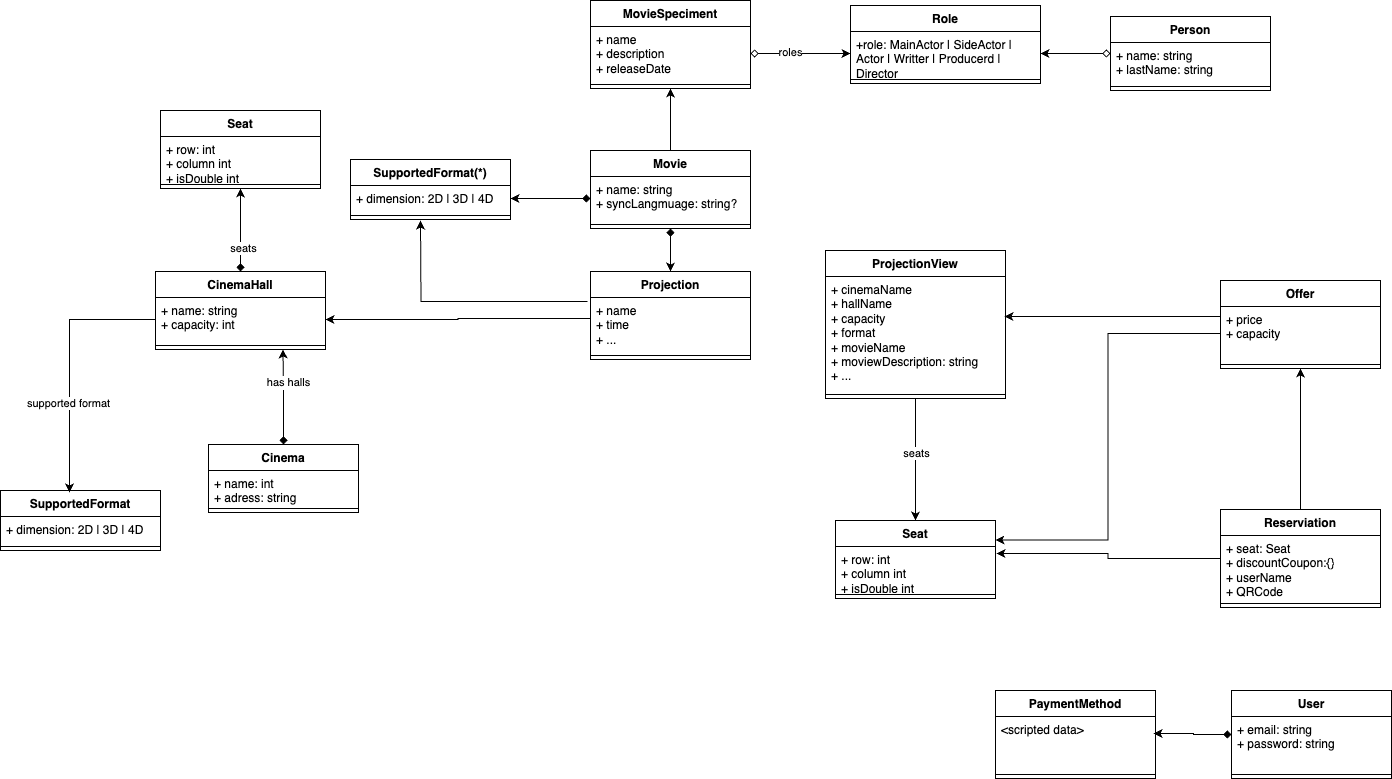
Earlier version of the draw.io export rough_domain_model.drawio.png (jtomasevic/cinema). Source tidied: cells renumbered, new cells last; positions are measured from the earlier drawing's top-left corner, leaving out a move shared by most shapes.
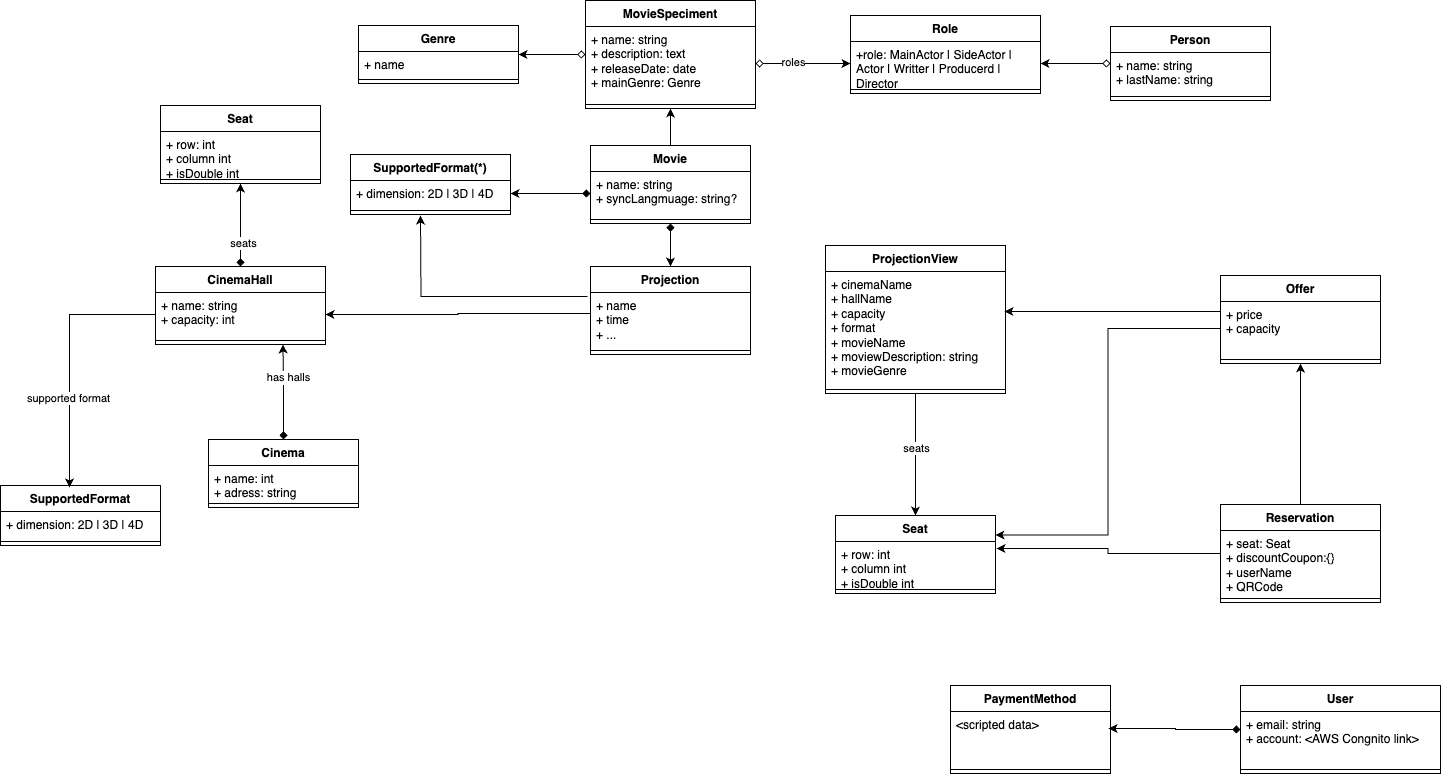
After the change.

What changed in the source:
```diff
@@ -26,14 +26,17 @@
     <mxCell id="9" value="has halls" style="edgeLabel;html=1;align=center;verticalAlign=middle;" parent="7" vertex="1">
       <mxGeometry x="0.32" y="-5" relative="1" as="geometry" />
     </mxCell>
+    <mxCell id="72" style="edgeStyle=orthogonalEdgeStyle;rounded=0;jettySize=auto;html=1;startArrow=diamond;startFill=0;" parent="1" edge="1" source="10" target="73">
+      <mxGeometry relative="1" as="geometry" />
+    </mxCell>
     <mxCell id="10" value="MovieSpeciment" style="swimlane;fontStyle=1;align=center;verticalAlign=top;horizontal=1;startSize=26;whiteSpace=wrap;html=1;" parent="1" vertex="1">
-      <mxGeometry x="590" width="160" height="88" as="geometry" />
+      <mxGeometry x="585" y="5" width="170" height="108" as="geometry" />
     </mxCell>
-    <mxCell id="11" value="+ name&lt;br&gt;+ description&lt;br&gt;+ releaseDate" style="text;strokeColor=none;fillColor=none;align=left;verticalAlign=top;spacingLeft=4;spacingRight=4;overflow=hidden;points=[[0,0.5],[1,0.5]];portConstraint=eastwest;whiteSpace=wrap;html=1;" parent="10" vertex="1">
-      <mxGeometry y="26" width="160" height="54" as="geometry" />
+    <mxCell id="11" value="+ name: string&lt;br&gt;+ description: text&amp;nbsp;&lt;br&gt;+ releaseDate: date&lt;br&gt;+ mainGenre: Genre" style="text;strokeColor=none;fillColor=none;align=left;verticalAlign=top;spacingLeft=4;spacingRight=4;overflow=hidden;points=[[0,0.5],[1,0.5]];portConstraint=eastwest;whiteSpace=wrap;html=1;" parent="10" vertex="1">
+      <mxGeometry y="26" width="170" height="74" as="geometry" />
     </mxCell>
     <mxCell id="12" style="line;strokeWidth=1;fillColor=none;align=left;verticalAlign=middle;spacingTop=-1;spacingLeft=3;spacingRight=3;labelPosition=right;strokeColor=inherit;" parent="10" vertex="1">
-      <mxGeometry y="80" width="160" height="8" as="geometry" />
+      <mxGeometry y="100" width="170" height="8" as="geometry" />
     </mxCell>
     <mxCell id="13" style="edgeStyle=orthogonalEdgeStyle;rounded=0;jettySize=auto;html=1;exitX=0;exitY=0.389;exitDx=0;exitDy=0;exitPerimeter=0;" parent="1" edge="1" source="16" target="5">
       <mxGeometry relative="1" as="geometry" />
@@ -70,7 +73,7 @@
     <mxCell id="23" style="edgeStyle=orthogonalEdgeStyle;rounded=0;jettySize=auto;html=1;entryX=0.5;entryY=1;entryDx=0;entryDy=0;" parent="1" edge="1" source="24" target="20">
       <mxGeometry relative="1" as="geometry" />
     </mxCell>
-    <mxCell id="24" value="Reserviation" style="swimlane;fontStyle=1;align=center;verticalAlign=top;horizontal=1;startSize=26;whiteSpace=wrap;html=1;" parent="1" vertex="1">
+    <mxCell id="24" value="Reservation" style="swimlane;fontStyle=1;align=center;verticalAlign=top;horizontal=1;startSize=26;whiteSpace=wrap;html=1;" parent="1" vertex="1">
       <mxGeometry x="1220" y="509" width="160" height="98" as="geometry" />
     </mxCell>
     <mxCell id="25" value="+ seat: Seat&lt;br&gt;+ discountCoupon:{}&lt;br&gt;+ userName&lt;br&gt;+ QRCode" style="text;strokeColor=none;fillColor=none;align=left;verticalAlign=top;spacingLeft=4;spacingRight=4;overflow=hidden;whiteSpace=wrap;html=1;" parent="24" vertex="1">
@@ -90,7 +93,7 @@
     <mxCell id="29" value="ProjectionView&lt;br&gt;" style="swimlane;fontStyle=1;align=center;verticalAlign=top;horizontal=1;startSize=26;whiteSpace=wrap;html=1;" parent="1" vertex="1">
       <mxGeometry x="825" y="250" width="180" height="148" as="geometry" />
     </mxCell>
-    <mxCell id="30" value="+ cinemaName&lt;br&gt;+ hallName&lt;br&gt;+ capacity&lt;br&gt;+ format&lt;br&gt;+ movieName&lt;br&gt;+ moviewDescription: string&lt;br&gt;+ ..." style="text;strokeColor=none;fillColor=none;align=left;verticalAlign=top;spacingLeft=4;spacingRight=4;overflow=hidden;points=[[0,0.5],[1,0.5]];portConstraint=eastwest;whiteSpace=wrap;html=1;" parent="29" vertex="1">
+    <mxCell id="30" value="+ cinemaName&lt;br&gt;+ hallName&lt;br&gt;+ capacity&lt;br&gt;+ format&lt;br&gt;+ movieName&lt;br&gt;+ moviewDescription: string&lt;br&gt;+ movieGenre" style="text;strokeColor=none;fillColor=none;align=left;verticalAlign=top;spacingLeft=4;spacingRight=4;overflow=hidden;points=[[0,0.5],[1,0.5]];portConstraint=eastwest;whiteSpace=wrap;html=1;" parent="29" vertex="1">
       <mxGeometry y="26" width="180" height="114" as="geometry" />
     </mxCell>
     <mxCell id="31" style="line;strokeWidth=1;fillColor=none;align=left;verticalAlign=middle;spacingTop=-1;spacingLeft=3;spacingRight=3;labelPosition=right;strokeColor=inherit;" parent="29" vertex="1">
@@ -154,7 +157,7 @@
       <mxGeometry relative="1" as="geometry" />
     </mxCell>
     <mxCell id="51" value="Person" style="swimlane;fontStyle=1;align=center;verticalAlign=top;horizontal=1;startSize=26;whiteSpace=wrap;html=1;" parent="1" vertex="1">
-      <mxGeometry x="1110" y="16" width="160" height="74" as="geometry" />
+      <mxGeometry x="1110" y="31" width="160" height="74" as="geometry" />
     </mxCell>
     <mxCell id="52" value="+ name: string&lt;br&gt;+ lastName: string" style="text;strokeColor=none;fillColor=none;align=left;verticalAlign=top;spacingLeft=4;spacingRight=4;overflow=hidden;whiteSpace=wrap;html=1;" parent="51" vertex="1">
       <mxGeometry y="26" width="160" height="40" as="geometry" />
@@ -163,7 +166,7 @@
       <mxGeometry y="66" width="160" height="8" as="geometry" />
     </mxCell>
     <mxCell id="54" value="Role" style="swimlane;fontStyle=1;align=center;verticalAlign=top;horizontal=1;startSize=26;whiteSpace=wrap;html=1;" parent="1" vertex="1">
-      <mxGeometry x="850" y="5" width="190" height="78" as="geometry" />
+      <mxGeometry x="850" y="20" width="190" height="78" as="geometry" />
     </mxCell>
     <mxCell id="55" value="+role: MainActor | SideActor | Actor | Writter | Producerd | Director" style="text;strokeColor=none;fillColor=none;align=left;verticalAlign=top;spacingLeft=4;spacingRight=4;overflow=hidden;points=[[0,0.5],[1,0.5]];portConstraint=eastwest;whiteSpace=wrap;html=1;" parent="54" vertex="1">
       <mxGeometry y="26" width="190" height="44" as="geometry" />
@@ -196,16 +199,16 @@
       <mxGeometry relative="1" as="geometry" />
     </mxCell>
     <mxCell id="65" value="User" style="swimlane;fontStyle=1;align=center;verticalAlign=top;horizontal=1;startSize=26;whiteSpace=wrap;html=1;" parent="1" vertex="1">
-      <mxGeometry x="1231" y="690" width="160" height="88" as="geometry" />
+      <mxGeometry x="1240" y="690" width="200" height="88" as="geometry" />
     </mxCell>
-    <mxCell id="66" value="+ email: string&lt;br&gt;+ password: string" style="text;strokeColor=none;fillColor=none;align=left;verticalAlign=top;spacingLeft=4;spacingRight=4;overflow=hidden;whiteSpace=wrap;html=1;" parent="65" vertex="1">
-      <mxGeometry y="26" width="160" height="54" as="geometry" />
+    <mxCell id="66" value="+ email: string&lt;br&gt;+ account: &amp;lt;AWS Congnito link&amp;gt;" style="text;strokeColor=none;fillColor=none;align=left;verticalAlign=top;spacingLeft=4;spacingRight=4;overflow=hidden;whiteSpace=wrap;html=1;" parent="65" vertex="1">
+      <mxGeometry y="26" width="200" height="54" as="geometry" />
     </mxCell>
     <mxCell id="67" style="line;strokeWidth=1;fillColor=none;align=left;verticalAlign=middle;spacingTop=-1;spacingLeft=3;spacingRight=3;labelPosition=right;strokeColor=inherit;" parent="65" vertex="1">
-      <mxGeometry y="80" width="160" height="8" as="geometry" />
+      <mxGeometry y="80" width="200" height="8" as="geometry" />
     </mxCell>
     <mxCell id="68" value="PaymentMethod" style="swimlane;fontStyle=1;align=center;verticalAlign=top;horizontal=1;startSize=26;whiteSpace=wrap;html=1;" parent="1" vertex="1">
-      <mxGeometry x="995" y="690" width="160" height="88" as="geometry" />
+      <mxGeometry x="950" y="690" width="160" height="88" as="geometry" />
     </mxCell>
     <mxCell id="69" value="&amp;lt;scripted data&amp;gt;" style="text;strokeColor=none;fillColor=none;align=left;verticalAlign=top;spacingLeft=4;spacingRight=4;overflow=hidden;points=[[0,0.5],[1,0.5]];portConstraint=eastwest;whiteSpace=wrap;html=1;" parent="68" vertex="1">
       <mxGeometry y="26" width="160" height="54" as="geometry" />
@@ -216,5 +219,14 @@
     <mxCell id="71" style="edgeStyle=orthogonalEdgeStyle;rounded=0;jettySize=auto;html=1;entryX=0.988;entryY=0.315;entryDx=0;entryDy=0;entryPerimeter=0;startArrow=diamond;startFill=1;" parent="1" edge="1" source="65" target="69">
       <mxGeometry relative="1" as="geometry" />
     </mxCell>
+    <mxCell id="73" value="Genre" style="swimlane;fontStyle=1;align=center;verticalAlign=top;horizontal=1;startSize=26;whiteSpace=wrap;html=1;" parent="1" vertex="1">
+      <mxGeometry x="358" y="30" width="160" height="58" as="geometry" />
+    </mxCell>
+    <mxCell id="74" value="+ name&lt;br&gt;" style="text;strokeColor=none;fillColor=none;align=left;verticalAlign=top;spacingLeft=4;spacingRight=4;overflow=hidden;whiteSpace=wrap;html=1;" parent="73" vertex="1">
+      <mxGeometry y="26" width="160" height="24" as="geometry" />
+    </mxCell>
+    <mxCell id="75" style="line;strokeWidth=1;fillColor=none;align=left;verticalAlign=middle;spacingTop=-1;spacingLeft=3;spacingRight=3;labelPosition=right;strokeColor=inherit;" parent="73" vertex="1">
+      <mxGeometry y="50" width="160" height="8" as="geometry" />
+    </mxCell>
   </root>
 </mxGraphModel>
```
